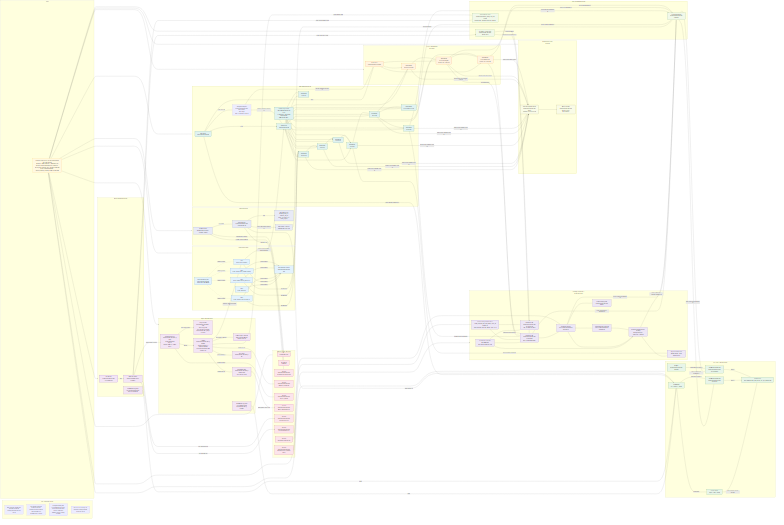
EsosaOrumwese/fraud-detection-system keeps this Mermaid diagram as docs/design/platform/dev_full/graph/readiness/dev_full_platform_resources_production_ready_current_v0.mermaid.png. Above is the earlier version. Its source is kept beside it as docs/design/platform/dev_full/graph/readiness/dev_full_platform_resources_production_ready_current_v0.mermaid.mmd.
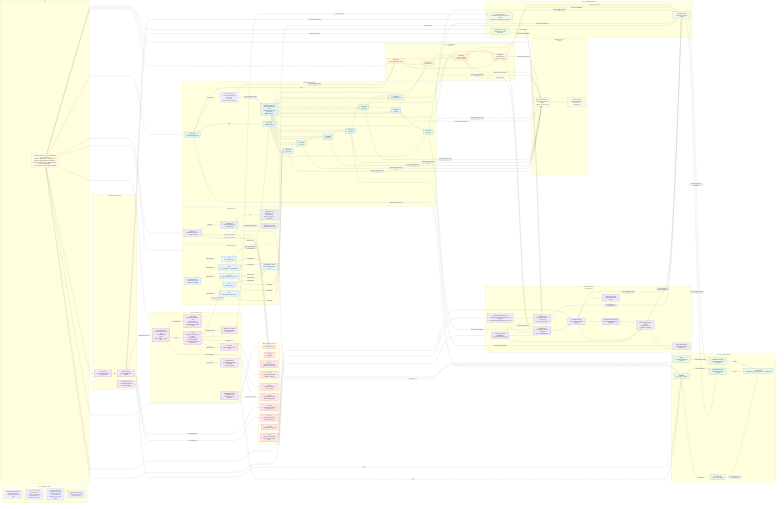
After the commit.

Commit message:
Clarify action layer in readiness graphs

Change to the diagram source:
```diff
@@ -199,9 +199,10 @@
   IEG --> OFP
   OFP --> DF
   DF --> DL
-  DL --> DLA
+  DL --> AL
+  AL --> DLA
   DL --> ARCH
-  DL --> CASETRIG
+  AL --> CASETRIG
   CASETRIG --> CASEMGMT
   CASEMGMT --> LABELSTORE
   AURORA --> AURORAWRITER
@@ -210,6 +211,7 @@
   OFP -->|reads/writes runtime state in| AURORA
   DF -->|reads/writes runtime state in| AURORA
   DL -->|reads/writes runtime state in| AURORA
+  AL -->|reads/writes action state in| AURORA
   DLA -->|reads/writes runtime state in| AURORA
   CASETRIG -->|reads/writes case-trigger state in| AURORA
   CASEMGMT -->|reads/writes case state in| AURORA
```
